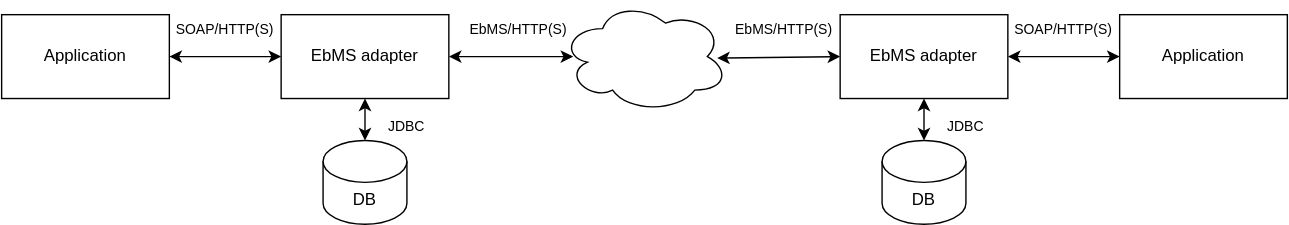
eluinstra/ebms-admin keeps this draw.io diagram as assets/images/ebms-overview.svg. Above is the earlier version. Source tidied: cells renumbered, new cells last; positions are measured from the earlier drawing's top-left corner, leaving out a move shared by most shapes.
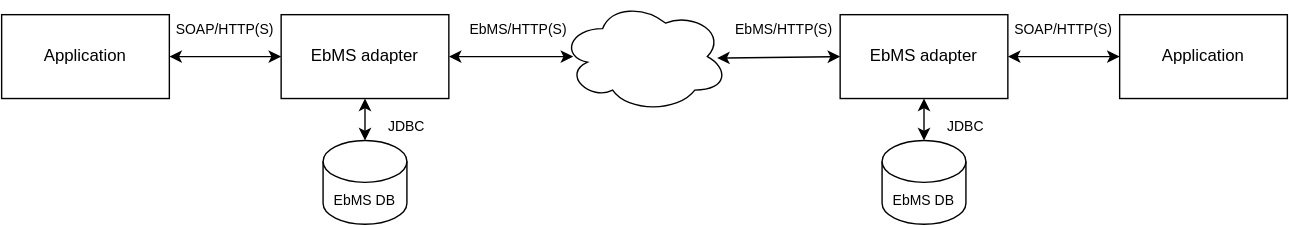
Later version of the same file.

Change to the diagram source:
```diff
@@ -41,13 +41,13 @@
     <mxCell id="14" value="SOAP/HTTP(S)" style="text;html=1;strokeColor=none;fillColor=none;align=center;verticalAlign=middle;whiteSpace=wrap;rounded=0;fontSize=10;" parent="1" vertex="1">
       <mxGeometry x="740" y="10" width="40" height="20" as="geometry" />
     </mxCell>
-    <mxCell id="15" value="DB" style="shape=cylinder3;whiteSpace=wrap;html=1;boundedLbl=1;backgroundOutline=1;size=15;" parent="1" vertex="1">
+    <mxCell id="15" value="EbMS DB" style="shape=cylinder3;whiteSpace=wrap;html=1;boundedLbl=1;backgroundOutline=1;size=15;fontSize=10;" parent="1" vertex="1">
       <mxGeometry x="230" y="100" width="60" height="60" as="geometry" />
     </mxCell>
     <mxCell id="16" style="endArrow=classic;startArrow=classic;html=1;entryX=0.5;entryY=1;entryDx=0;entryDy=0;exitX=0.5;exitY=0;exitDx=0;exitDy=0;exitPerimeter=0;" parent="1" edge="1" source="15" target="3">
       <mxGeometry relative="1" as="geometry" />
     </mxCell>
-    <mxCell id="17" value="DB" style="shape=cylinder3;whiteSpace=wrap;html=1;boundedLbl=1;backgroundOutline=1;size=15;" parent="1" vertex="1">
+    <mxCell id="17" value="EbMS DB" style="shape=cylinder3;whiteSpace=wrap;html=1;boundedLbl=1;backgroundOutline=1;size=15;fontSize=10;" parent="1" vertex="1">
       <mxGeometry x="630" y="100" width="60" height="60" as="geometry" />
     </mxCell>
     <mxCell id="18" style="endArrow=classic;startArrow=classic;html=1;entryX=0.5;entryY=1;entryDx=0;entryDy=0;exitX=0.5;exitY=0;exitDx=0;exitDy=0;exitPerimeter=0;" parent="1" edge="1" source="17" target="4">
```
